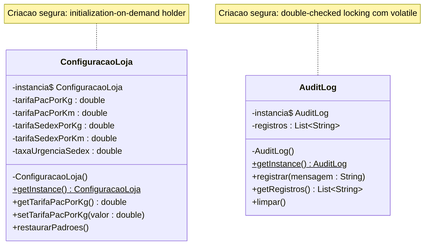
The Mermaid diagram docs/diagrama1-singleton.png in acairesm/frete-padroes, before a commit. Its source is kept beside it as docs/diagrama1-singleton.mmd.
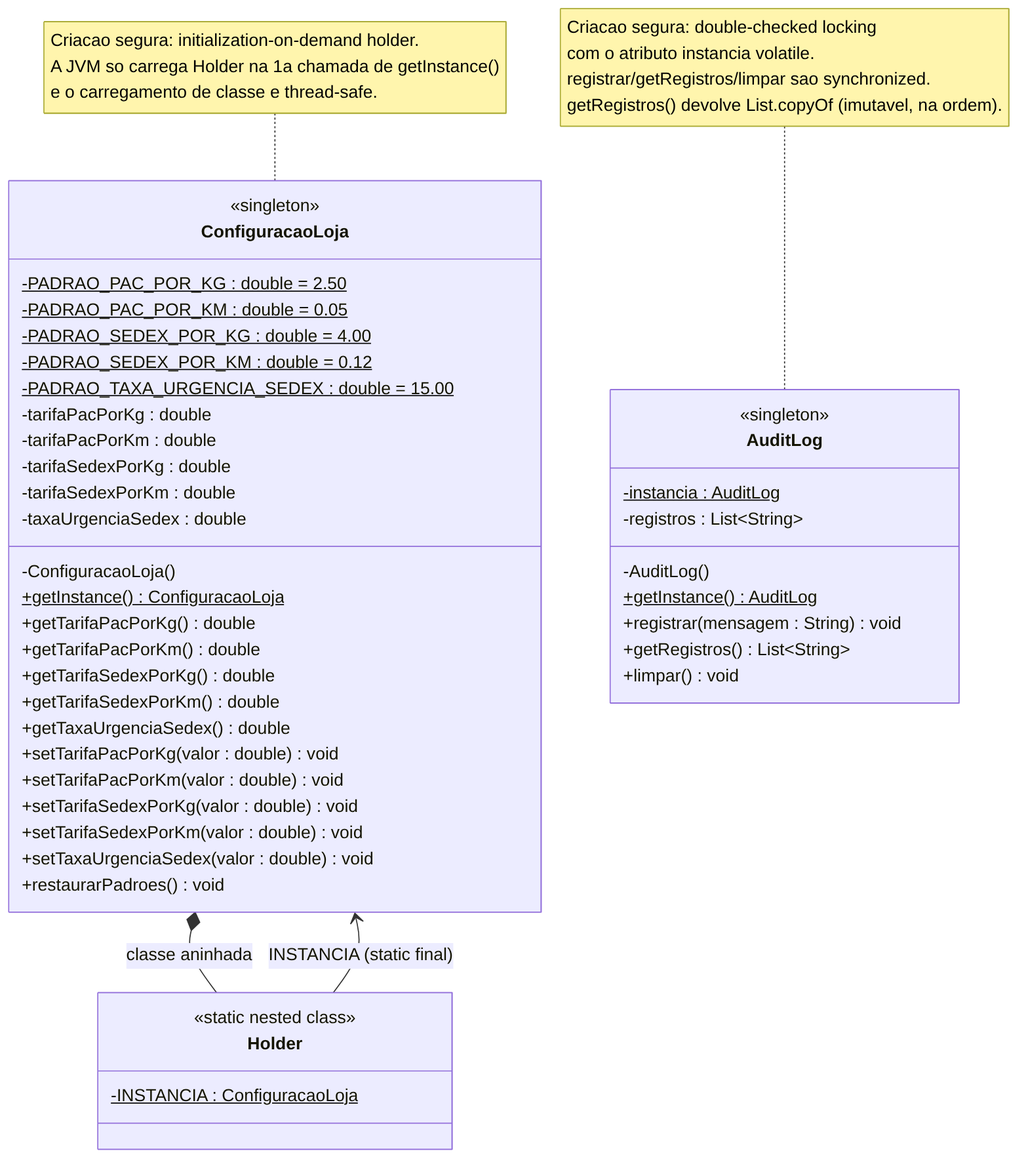
After the change.

Commit message:
docs: diagramas finais

Diff of the diagram source:
```diff
@@ -1,7 +1,12 @@
 classDiagram
 
     class ConfiguracaoLoja {
-        -instancia$ ConfiguracaoLoja
+        <<singleton>>
+        -PADRAO_PAC_POR_KG : double = 2.50$
+        -PADRAO_PAC_POR_KM : double = 0.05$
+        -PADRAO_SEDEX_POR_KG : double = 4.00$
+        -PADRAO_SEDEX_POR_KM : double = 0.12$
+        -PADRAO_TAXA_URGENCIA_SEDEX : double = 15.00$
         -tarifaPacPorKg : double
         -tarifaPacPorKm : double
         -tarifaSedexPorKg : double
@@ -10,19 +15,36 @@
         -ConfiguracaoLoja()
         +getInstance()$ ConfiguracaoLoja
         +getTarifaPacPorKg() double
-        +setTarifaPacPorKg(valor : double)
-        +restaurarPadroes()
+        +getTarifaPacPorKm() double
+        +getTarifaSedexPorKg() double
+        +getTarifaSedexPorKm() double
+        +getTaxaUrgenciaSedex() double
+        +setTarifaPacPorKg(valor : double) void
+        +setTarifaPacPorKm(valor : double) void
+        +setTarifaSedexPorKg(valor : double) void
+        +setTarifaSedexPorKm(valor : double) void
+        +setTaxaUrgenciaSedex(valor : double) void
+        +restaurarPadroes() void
+    }
+
+    class Holder {
+        <<static nested class>>
+        -INSTANCIA : ConfiguracaoLoja$
     }
 
     class AuditLog {
-        -instancia$ AuditLog
+        <<singleton>>
+        -instancia : AuditLog$
         -registros : List~String~
         -AuditLog()
         +getInstance()$ AuditLog
-        +registrar(mensagem : String)
+        +registrar(mensagem : String) void
         +getRegistros() List~String~
-        +limpar()
+        +limpar() void
     }
 
-    note for ConfiguracaoLoja "Criacao segura: initialization-on-demand holder"
-    note for AuditLog "Criacao segura: double-checked locking com volatile"
+    ConfiguracaoLoja *-- Holder : classe aninhada
+    Holder --> ConfiguracaoLoja : INSTANCIA (static final)
+
+    note for ConfiguracaoLoja "Criacao segura: initialization-on-demand holder.<br>A JVM so carrega Holder na 1a chamada de getInstance()<br>e o carregamento de classe e thread-safe."
+    note for AuditLog "Criacao segura: double-checked locking<br>com o atributo instancia volatile.<br>registrar/getRegistros/limpar sao synchronized.<br>getRegistros() devolve List.copyOf (imutavel, na ordem)."
```
